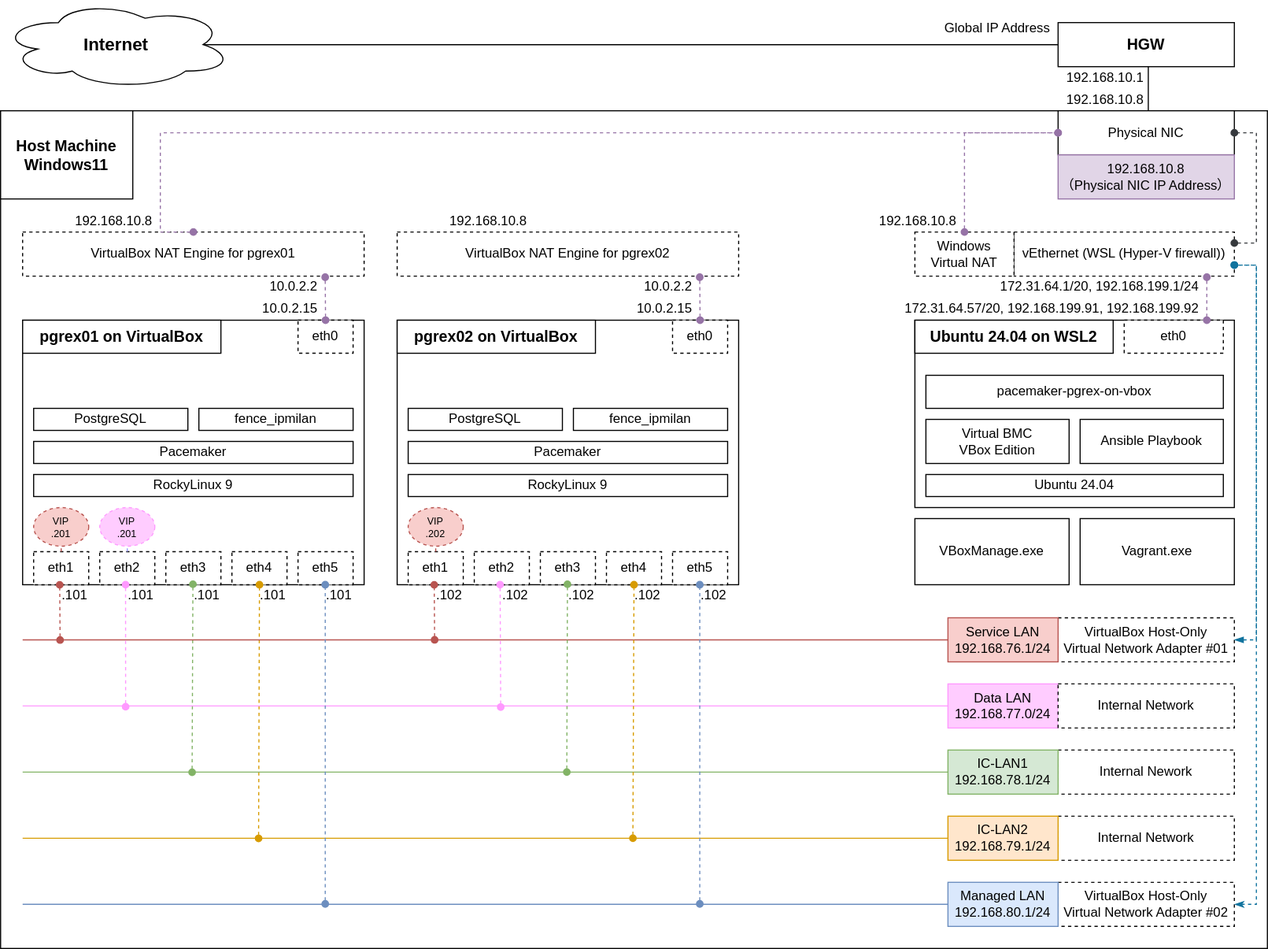
This is images/PG-REX-on-VirtualBox-System-Architecture.svg from kenzan59/pg-rex-on-vbox, a draw.io export, as it was before one commit. Source tidied: cells renumbered, new cells last; positions are measured from the earlier drawing's top-left corner, leaving out a move shared by most shapes.
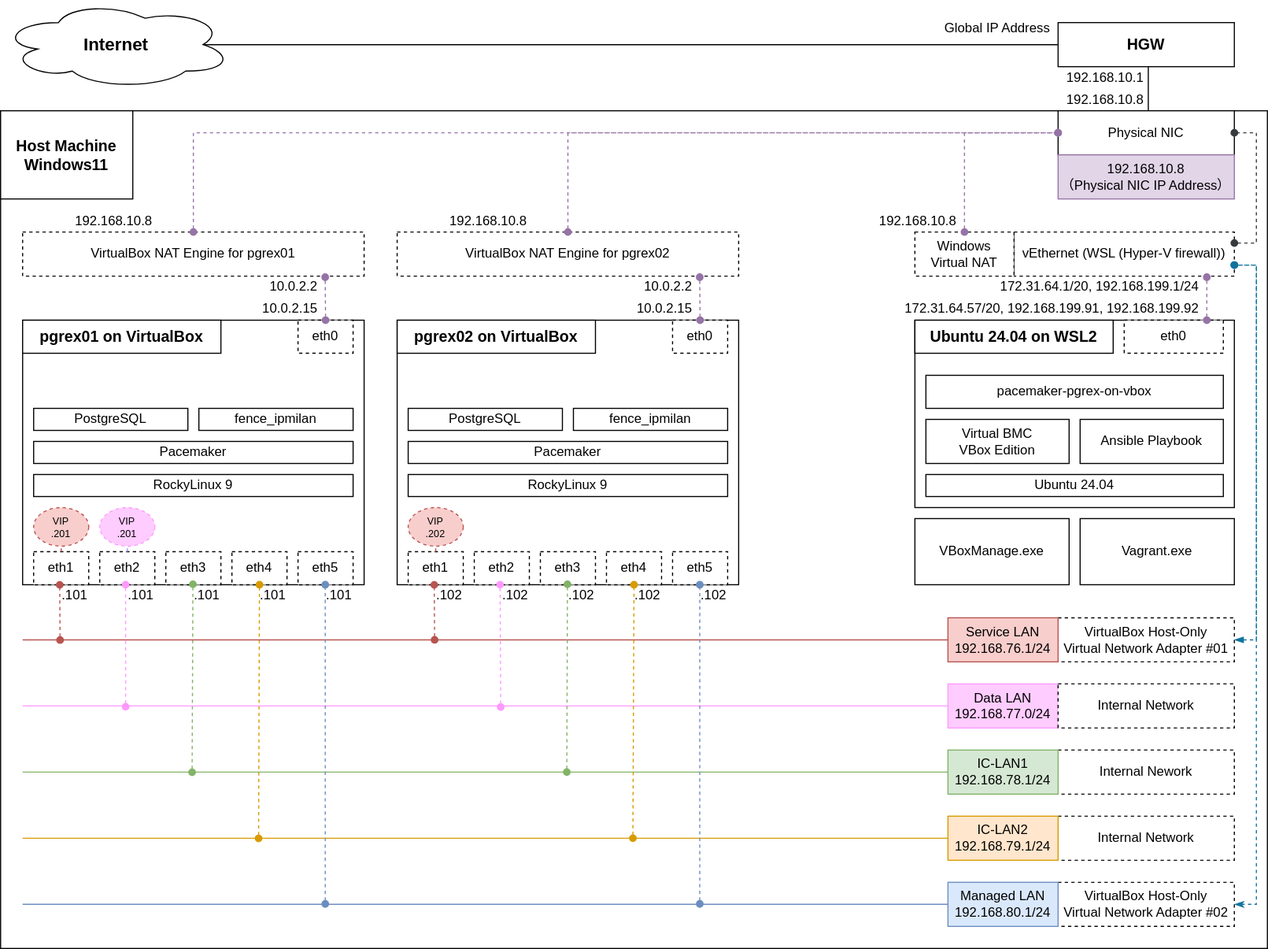
Later version of the same file.

Commit message:
Modify System-Architecture

Diff of the diagram source:
```diff
@@ -91,7 +91,7 @@
     <mxCell id="30" style="edgeStyle=orthogonalEdgeStyle;rounded=0;jettySize=auto;html=1;exitX=0.5;exitY=0;exitDx=0;exitDy=0;entryX=0;entryY=0.5;entryDx=0;entryDy=0;dashed=1;startArrow=oval;startFill=1;endArrow=oval;endFill=1;fillColor=#e1d5e7;strokeColor=#9673a6;" parent="1" edge="1" source="26" target="25">
       <mxGeometry relative="1" as="geometry">
         <Array as="points">
-          <mxPoint x="145" y="120" />
+          <mxPoint x="175" y="120" />
         </Array>
       </mxGeometry>
     </mxCell>
@@ -373,5 +373,12 @@
         <mxPoint x="115" y="500" as="sourcePoint" />
       </mxGeometry>
     </mxCell>
+    <mxCell id="109" style="edgeStyle=orthogonalEdgeStyle;rounded=0;jettySize=auto;html=1;exitX=0.5;exitY=0;exitDx=0;exitDy=0;entryX=0;entryY=0.5;entryDx=0;entryDy=0;dashed=1;startArrow=oval;startFill=1;endArrow=oval;endFill=1;fillColor=#e1d5e7;strokeColor=#9673a6;" parent="1" edge="1" source="96" target="25">
+      <mxGeometry relative="1" as="geometry">
+        <Array as="points">
+          <mxPoint x="515" y="120" />
+        </Array>
+      </mxGeometry>
+    </mxCell>
   </root>
 </mxGraphModel>
```
